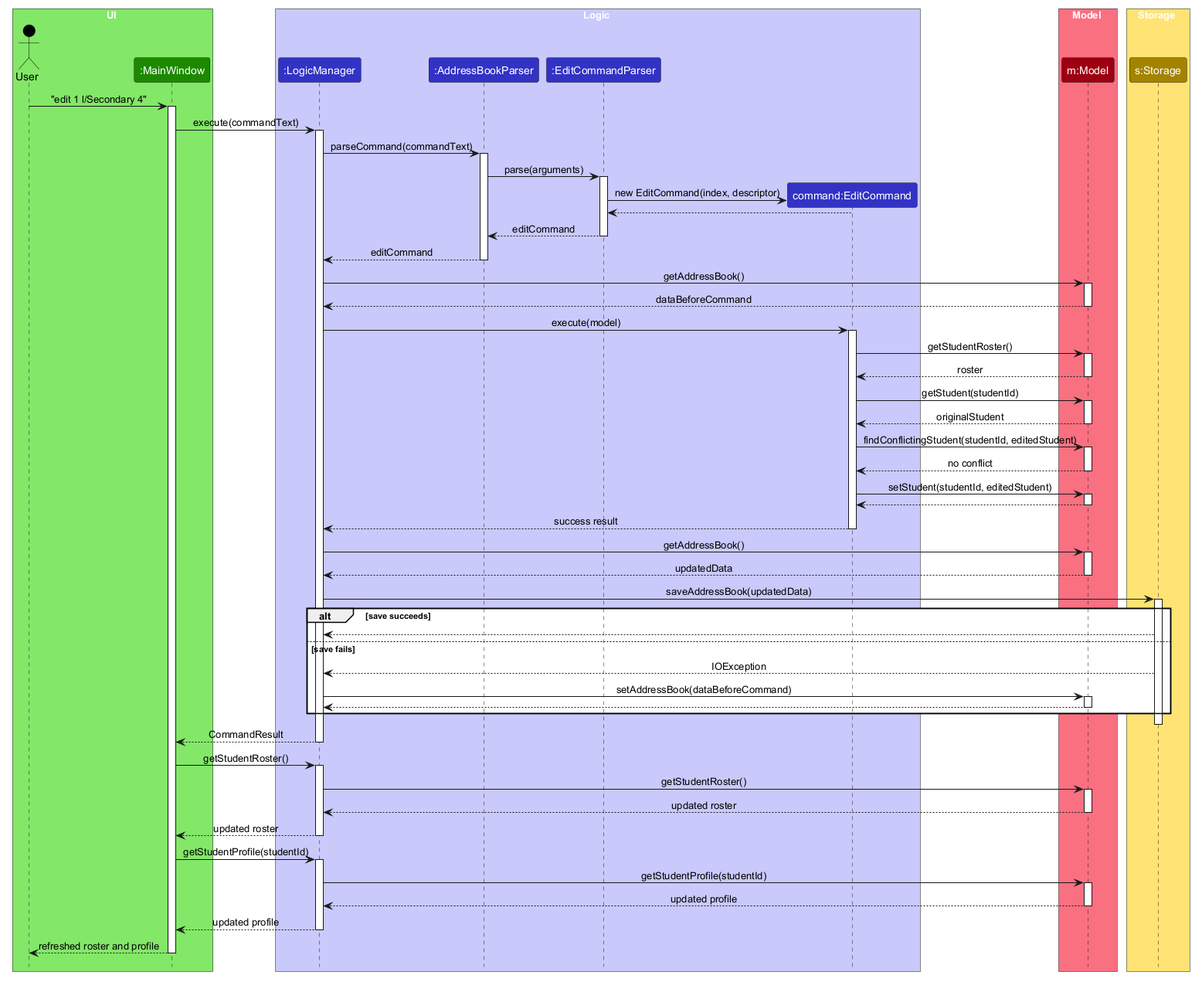
The PlantUML diagram docs/images/EditStudentSequenceDiagram.png in AY2627S1-CS2103T-F09-1/tp, before a commit. Source of this version:
```plantuml
@startuml
!include style.puml
skinparam ArrowFontStyle plain

box UI UI_COLOR_T1
actor User as user USER_COLOR
participant ":MainWindow" as ui UI_COLOR
end box

box Logic LOGIC_COLOR_T1
participant ":LogicManager" as logic LOGIC_COLOR
participant ":AddressBookParser" as addressBookParser LOGIC_COLOR
participant ":EditCommandParser" as editCommandParser LOGIC_COLOR
participant "command:EditCommand" as editCommand LOGIC_COLOR
end box

box Model MODEL_COLOR_T1
participant "m:Model" as model MODEL_COLOR
end box

box Storage STORAGE_COLOR_T1
participant "s:Storage" as storage STORAGE_COLOR
end box

user -> ui : "edit 1 l/Secondary 4"
activate ui
ui -> logic : execute(commandText)
activate logic
logic -> addressBookParser : parseCommand(commandText)
activate addressBookParser
addressBookParser -> editCommandParser : parse(arguments)
activate editCommandParser
create editCommand
editCommandParser -> editCommand : new EditCommand(index, descriptor)
editCommand --> editCommandParser
editCommandParser --> addressBookParser : editCommand
deactivate editCommandParser
addressBookParser --> logic : editCommand
deactivate addressBookParser

logic -> model : getAddressBook()
activate model
model --> logic : dataBeforeCommand
deactivate model
logic -> editCommand : execute(model)
activate editCommand
editCommand -> model : getStudentRoster()
activate model
model --> editCommand : roster
deactivate model
editCommand -> model : getStudent(studentId)
activate model
model --> editCommand : originalStudent
deactivate model
editCommand -> model : findConflictingStudent(studentId, editedStudent)
activate model
model --> editCommand : no conflict
deactivate model
editCommand -> model : setStudent(studentId, editedStudent)
activate model
model --> editCommand
deactivate model
editCommand --> logic : success result
deactivate editCommand

logic -> model : getAddressBook()
activate model
model --> logic : updatedData
deactivate model
logic -> storage : saveAddressBook(updatedData)
activate storage
alt save succeeds
    storage --> logic
else save fails
    storage --> logic : IOException
    logic -> model : setAddressBook(dataBeforeCommand)
    activate model
    model --> logic
    deactivate model
end
deactivate storage
logic --> ui : CommandResult
deactivate logic
ui -> logic : getStudentRoster()
activate logic
logic -> model : getStudentRoster()
activate model
model --> logic : updated roster
deactivate model
logic --> ui : updated roster
deactivate logic
ui -> logic : getStudentProfile(studentId)
activate logic
logic -> model : getStudentProfile(studentId)
activate model
model --> logic : updated profile
deactivate model
logic --> ui : updated profile
deactivate logic
ui --> user : refreshed roster and profile
deactivate ui
@enduml
```
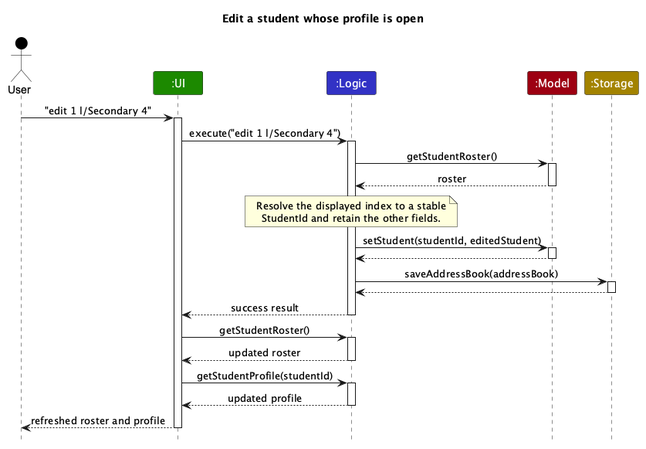
The same file after the commit.

Diff of the diagram source:
```diff
@@ -2,99 +2,42 @@
 !include style.puml
 skinparam ArrowFontStyle plain
 
-box UI UI_COLOR_T1
+title Edit a student whose profile is open
+
 actor User as user USER_COLOR
-participant ":MainWindow" as ui UI_COLOR
-end box
-
-box Logic LOGIC_COLOR_T1
-participant ":LogicManager" as logic LOGIC_COLOR
-participant ":AddressBookParser" as addressBookParser LOGIC_COLOR
-participant ":EditCommandParser" as editCommandParser LOGIC_COLOR
-participant "command:EditCommand" as editCommand LOGIC_COLOR
-end box
-
-box Model MODEL_COLOR_T1
-participant "m:Model" as model MODEL_COLOR
-end box
-
-box Storage STORAGE_COLOR_T1
-participant "s:Storage" as storage STORAGE_COLOR
-end box
+participant ":UI" as ui UI_COLOR
+participant ":Logic" as logic LOGIC_COLOR
+participant ":Model" as model MODEL_COLOR
+participant ":Storage" as storage STORAGE_COLOR
 
 user -> ui : "edit 1 l/Secondary 4"
 activate ui
-ui -> logic : execute(commandText)
+ui -> logic : execute("edit 1 l/Secondary 4")
 activate logic
-logic -> addressBookParser : parseCommand(commandText)
-activate addressBookParser
-addressBookParser -> editCommandParser : parse(arguments)
-activate editCommandParser
-create editCommand
-editCommandParser -> editCommand : new EditCommand(index, descriptor)
-editCommand --> editCommandParser
-editCommandParser --> addressBookParser : editCommand
-deactivate editCommandParser
-addressBookParser --> logic : editCommand
-deactivate addressBookParser
-
-logic -> model : getAddressBook()
+logic -> model : getStudentRoster()
 activate model
-model --> logic : dataBeforeCommand
+model --> logic : roster
 deactivate model
-logic -> editCommand : execute(model)
-activate editCommand
-editCommand -> model : getStudentRoster()
+note over logic
+  Resolve the displayed index to a stable
+  StudentId and retain the other fields.
+end note
+logic -> model : setStudent(studentId, editedStudent)
 activate model
-model --> editCommand : roster
+model --> logic
 deactivate model
-editCommand -> model : getStudent(studentId)
-activate model
-model --> editCommand : originalStudent
-deactivate model
-editCommand -> model : findConflictingStudent(studentId, editedStudent)
-activate model
-model --> editCommand : no conflict
-deactivate model
-editCommand -> model : setStudent(studentId, editedStudent)
-activate model
-model --> editCommand
-deactivate model
-editCommand --> logic : success result
-deactivate editCommand
-
-logic -> model : getAddressBook()
-activate model
-model --> logic : updatedData
-deactivate model
-logic -> storage : saveAddressBook(updatedData)
+logic -> storage : saveAddressBook(addressBook)
 activate storage
-alt save succeeds
-    storage --> logic
-else save fails
-    storage --> logic : IOException
-    logic -> model : setAddressBook(dataBeforeCommand)
-    activate model
-    model --> logic
-    deactivate model
-end
+storage --> logic
 deactivate storage
-logic --> ui : CommandResult
+logic --> ui : success result
 deactivate logic
 ui -> logic : getStudentRoster()
 activate logic
-logic -> model : getStudentRoster()
-activate model
-model --> logic : updated roster
-deactivate model
 logic --> ui : updated roster
 deactivate logic
 ui -> logic : getStudentProfile(studentId)
 activate logic
-logic -> model : getStudentProfile(studentId)
-activate model
-model --> logic : updated profile
-deactivate model
 logic --> ui : updated profile
 deactivate logic
 ui --> user : refreshed roster and profile
```
